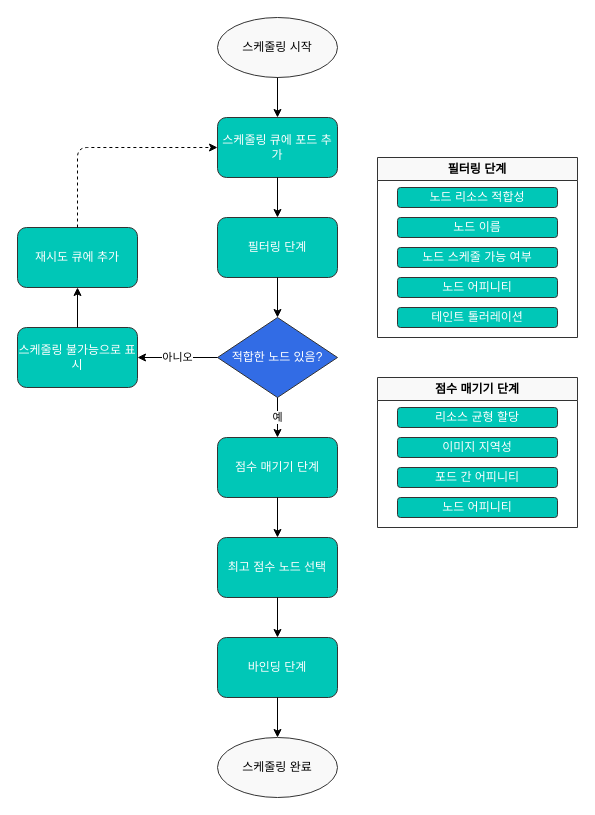
Before: assets/generated-diagrams/kubernetes_scheduling_process.drawio in Atom-oh/kubernetes-docs, a draw.io diagram. Source tidied: cells renumbered, new cells numbered last; positions are measured from the earlier drawing's top-left corner, leaving out a move shared by most shapes. Both pictures are drawn from the tidied source at 100%, with x=0, y=0 at pixel (17, 17).
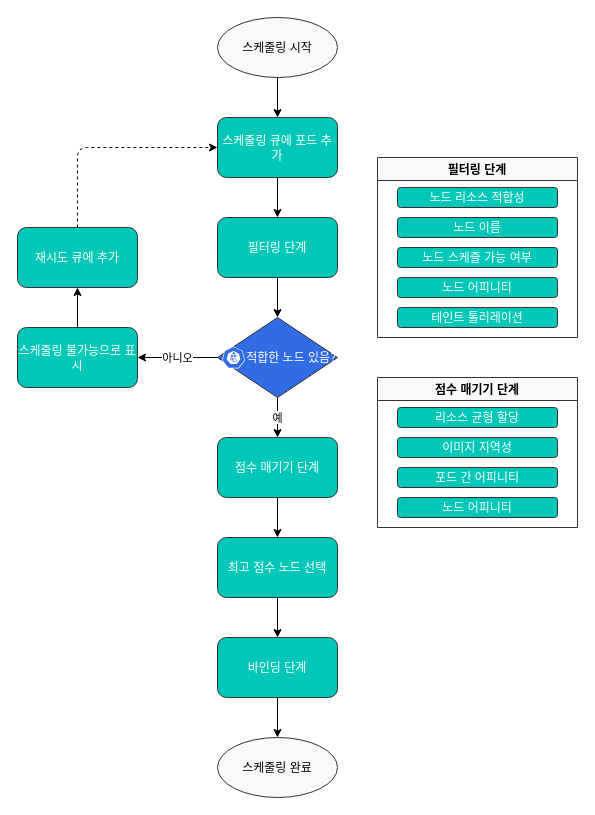
The same diagram, later.

Change to the diagram source:
```diff
@@
-    <mxCell id="2" value="스케줄링 시작" style="ellipse;whiteSpace=wrap;html=1;fillColor=#f9f9f9;strokeColor=#333333;strokeWidth=1;" parent="1" vertex="1">
+    <mxCell id="2" value="스케줄링 시작" style="ellipse;whiteSpace=wrap;html=1;fillColor=#f9f9f9;strokeColor=#333333;strokeWidth=1;fontSize=12;fontFamily=Noto Sans CJK KR;" parent="1" vertex="1">
       <mxGeometry x="200" width="120" height="60" as="geometry" />
     </mxCell>
-    <mxCell id="3" value="스케줄링 큐에 포드 추가" style="rounded=1;whiteSpace=wrap;html=1;fillColor=#00C7B7;strokeColor=#333333;strokeWidth=1;fontColor=#FFFFFF;" parent="1" vertex="1">
+    <mxCell id="3" value="스케줄링 큐에 포드 추가" style="rounded=1;whiteSpace=wrap;html=1;fillColor=#00C7B7;strokeColor=#333333;strokeWidth=1;fontColor=#FFFFFF;fontSize=12;fontFamily=Noto Sans CJK KR;" parent="1" vertex="1">
       <mxGeometry x="200" y="100" width="120" height="60" as="geometry" />
     </mxCell>
-    <mxCell id="4" value="필터링 단계" style="rounded=1;whiteSpace=wrap;html=1;fillColor=#00C7B7;strokeColor=#333333;strokeWidth=1;fontColor=#FFFFFF;" parent="1" vertex="1">
+    <mxCell id="4" value="필터링 단계" style="rounded=1;whiteSpace=wrap;html=1;fillColor=#00C7B7;strokeColor=#333333;strokeWidth=1;fontColor=#FFFFFF;fontSize=12;fontFamily=Noto Sans CJK KR;" parent="1" vertex="1">
       <mxGeometry x="200" y="200" width="120" height="60" as="geometry" />
     </mxCell>
-    <mxCell id="5" value="적합한 노드 있음?" style="rhombus;whiteSpace=wrap;html=1;fillColor=#326CE5;strokeColor=#333333;strokeWidth=1;fontColor=#FFFFFF;" parent="1" vertex="1">
+    <mxCell id="5" value="적합한 노드 있음?" style="rhombus;whiteSpace=wrap;html=1;fillColor=#326CE5;strokeColor=#333333;strokeWidth=1;fontColor=#FFFFFF;fontSize=12;fontFamily=Noto Sans CJK KR;spacingLeft=28;" parent="1" vertex="1">
       <mxGeometry x="200" y="300" width="120" height="80" as="geometry" />
     </mxCell>
-    <mxCell id="6" value="스케줄링 불가능으로 표시" style="rounded=1;whiteSpace=wrap;html=1;fillColor=#00C7B7;strokeColor=#333333;strokeWidth=1;fontColor=#FFFFFF;" parent="1" vertex="1">
+    <mxCell id="6" value="스케줄링 불가능으로 표시" style="rounded=1;whiteSpace=wrap;html=1;fillColor=#00C7B7;strokeColor=#333333;strokeWidth=1;fontColor=#FFFFFF;fontSize=12;fontFamily=Noto Sans CJK KR;" parent="1" vertex="1">
       <mxGeometry y="310" width="120" height="60" as="geometry" />
     </mxCell>
-    <mxCell id="7" value="재시도 큐에 추가" style="rounded=1;whiteSpace=wrap;html=1;fillColor=#00C7B7;strokeColor=#333333;strokeWidth=1;fontColor=#FFFFFF;" parent="1" vertex="1">
+    <mxCell id="7" value="재시도 큐에 추가" style="rounded=1;whiteSpace=wrap;html=1;fillColor=#00C7B7;strokeColor=#333333;strokeWidth=1;fontColor=#FFFFFF;fontSize=12;fontFamily=Noto Sans CJK KR;" parent="1" vertex="1">
       <mxGeometry y="210" width="120" height="60" as="geometry" />
     </mxCell>
-    <mxCell id="8" value="점수 매기기 단계" style="rounded=1;whiteSpace=wrap;html=1;fillColor=#00C7B7;strokeColor=#333333;strokeWidth=1;fontColor=#FFFFFF;" parent="1" vertex="1">
+    <mxCell id="8" value="점수 매기기 단계" style="rounded=1;whiteSpace=wrap;html=1;fillColor=#00C7B7;strokeColor=#333333;strokeWidth=1;fontColor=#FFFFFF;fontSize=12;fontFamily=Noto Sans CJK KR;" parent="1" vertex="1">
       <mxGeometry x="200" y="420" width="120" height="60" as="geometry" />
     </mxCell>
-    <mxCell id="9" value="최고 점수 노드 선택" style="rounded=1;whiteSpace=wrap;html=1;fillColor=#00C7B7;strokeColor=#333333;strokeWidth=1;fontColor=#FFFFFF;" parent="1" vertex="1">
+    <mxCell id="9" value="최고 점수 노드 선택" style="rounded=1;whiteSpace=wrap;html=1;fillColor=#00C7B7;strokeColor=#333333;strokeWidth=1;fontColor=#FFFFFF;fontSize=12;fontFamily=Noto Sans CJK KR;" parent="1" vertex="1">
       <mxGeometry x="200" y="520" width="120" height="60" as="geometry" />
     </mxCell>
-    <mxCell id="10" value="바인딩 단계" style="rounded=1;whiteSpace=wrap;html=1;fillColor=#00C7B7;strokeColor=#333333;strokeWidth=1;fontColor=#FFFFFF;" parent="1" vertex="1">
+    <mxCell id="10" value="바인딩 단계" style="rounded=1;whiteSpace=wrap;html=1;fillColor=#00C7B7;strokeColor=#333333;strokeWidth=1;fontColor=#FFFFFF;fontSize=12;fontFamily=Noto Sans CJK KR;" parent="1" vertex="1">
       <mxGeometry x="200" y="620" width="120" height="60" as="geometry" />
     </mxCell>
-    <mxCell id="11" value="스케줄링 완료" style="ellipse;whiteSpace=wrap;html=1;fillColor=#f9f9f9;strokeColor=#333333;strokeWidth=1;" parent="1" vertex="1">
+    <mxCell id="11" value="스케줄링 완료" style="ellipse;whiteSpace=wrap;html=1;fillColor=#f9f9f9;strokeColor=#333333;strokeWidth=1;fontSize=12;fontFamily=Noto Sans CJK KR;" parent="1" vertex="1">
       <mxGeometry x="200" y="720" width="120" height="60" as="geometry" />
     </mxCell>
-    <mxCell id="12" value="필터링 단계" style="swimlane;whiteSpace=wrap;html=1;fillColor=#f9f9f9;strokeColor=#333333;strokeWidth=1;" parent="1" vertex="1">
+    <mxCell id="12" value="필터링 단계" style="swimlane;whiteSpace=wrap;html=1;fillColor=#f9f9f9;strokeColor=#333333;strokeWidth=1;fontSize=12;fontFamily=Noto Sans CJK KR;" parent="1" vertex="1">
       <mxGeometry x="360" y="140" width="200" height="180" as="geometry" />
     </mxCell>
-    <mxCell id="13" value="노드 리소스 적합성" style="rounded=1;whiteSpace=wrap;html=1;fillColor=#00C7B7;strokeColor=#333333;strokeWidth=1;fontColor=#FFFFFF;" parent="12" vertex="1">
+    <mxCell id="13" value="노드 리소스 적합성" style="rounded=1;whiteSpace=wrap;html=1;fillColor=#00C7B7;strokeColor=#333333;strokeWidth=1;fontColor=#FFFFFF;fontSize=12;fontFamily=Noto Sans CJK KR;" parent="12" vertex="1">
       <mxGeometry x="20" y="30" width="160" height="20" as="geometry" />
     </mxCell>
-    <mxCell id="14" value="노드 이름" style="rounded=1;whiteSpace=wrap;html=1;fillColor=#00C7B7;strokeColor=#333333;strokeWidth=1;fontColor=#FFFFFF;" parent="12" vertex="1">
+    <mxCell id="14" value="노드 이름" style="rounded=1;whiteSpace=wrap;html=1;fillColor=#00C7B7;strokeColor=#333333;strokeWidth=1;fontColor=#FFFFFF;fontSize=12;fontFamily=Noto Sans CJK KR;" parent="12" vertex="1">
       <mxGeometry x="20" y="60" width="160" height="20" as="geometry" />
     </mxCell>
-    <mxCell id="15" value="노드 스케줄 가능 여부" style="rounded=1;whiteSpace=wrap;html=1;fillColor=#00C7B7;strokeColor=#333333;strokeWidth=1;fontColor=#FFFFFF;" parent="12" vertex="1">
+    <mxCell id="15" value="노드 스케줄 가능 여부" style="rounded=1;whiteSpace=wrap;html=1;fillColor=#00C7B7;strokeColor=#333333;strokeWidth=1;fontColor=#FFFFFF;fontSize=12;fontFamily=Noto Sans CJK KR;" parent="12" vertex="1">
       <mxGeometry x="20" y="90" width="160" height="20" as="geometry" />
     </mxCell>
-    <mxCell id="16" value="노드 어피니티" style="rounded=1;whiteSpace=wrap;html=1;fillColor=#00C7B7;strokeColor=#333333;strokeWidth=1;fontColor=#FFFFFF;" parent="12" vertex="1">
+    <mxCell id="16" value="노드 어피니티" style="rounded=1;whiteSpace=wrap;html=1;fillColor=#00C7B7;strokeColor=#333333;strokeWidth=1;fontColor=#FFFFFF;fontSize=12;fontFamily=Noto Sans CJK KR;" parent="12" vertex="1">
       <mxGeometry x="20" y="120" width="160" height="20" as="geometry" />
     </mxCell>
-    <mxCell id="17" value="테인트 톨러레이션" style="rounded=1;whiteSpace=wrap;html=1;fillColor=#00C7B7;strokeColor=#333333;strokeWidth=1;fontColor=#FFFFFF;" parent="12" vertex="1">
+    <mxCell id="17" value="테인트 톨러레이션" style="rounded=1;whiteSpace=wrap;html=1;fillColor=#00C7B7;strokeColor=#333333;strokeWidth=1;fontColor=#FFFFFF;fontSize=12;fontFamily=Noto Sans CJK KR;" parent="12" vertex="1">
       <mxGeometry x="20" y="150" width="160" height="20" as="geometry" />
     </mxCell>
-    <mxCell id="18" value="점수 매기기 단계" style="swimlane;whiteSpace=wrap;html=1;fillColor=#f9f9f9;strokeColor=#333333;strokeWidth=1;" parent="1" vertex="1">
+    <mxCell id="18" value="점수 매기기 단계" style="swimlane;whiteSpace=wrap;html=1;fillColor=#f9f9f9;strokeColor=#333333;strokeWidth=1;fontSize=12;fontFamily=Noto Sans CJK KR;" parent="1" vertex="1">
       <mxGeometry x="360" y="360" width="200" height="150" as="geometry" />
     </mxCell>
-    <mxCell id="19" value="리소스 균형 할당" style="rounded=1;whiteSpace=wrap;html=1;fillColor=#00C7B7;strokeColor=#333333;strokeWidth=1;fontColor=#FFFFFF;" parent="18" vertex="1">
+    <mxCell id="19" value="리소스 균형 할당" style="rounded=1;whiteSpace=wrap;html=1;fillColor=#00C7B7;strokeColor=#333333;strokeWidth=1;fontColor=#FFFFFF;fontSize=12;fontFamily=Noto Sans CJK KR;" parent="18" vertex="1">
       <mxGeometry x="20" y="30" width="160" height="20" as="geometry" />
     </mxCell>
-    <mxCell id="20" value="이미지 지역성" style="rounded=1;whiteSpace=wrap;html=1;fillColor=#00C7B7;strokeColor=#333333;strokeWidth=1;fontColor=#FFFFFF;" parent="18" vertex="1">
+    <mxCell id="20" value="이미지 지역성" style="rounded=1;whiteSpace=wrap;html=1;fillColor=#00C7B7;strokeColor=#333333;strokeWidth=1;fontColor=#FFFFFF;fontSize=12;fontFamily=Noto Sans CJK KR;" parent="18" vertex="1">
       <mxGeometry x="20" y="60" width="160" height="20" as="geometry" />
     </mxCell>
-    <mxCell id="21" value="포드 간 어피니티" style="rounded=1;whiteSpace=wrap;html=1;fillColor=#00C7B7;strokeColor=#333333;strokeWidth=1;fontColor=#FFFFFF;" parent="18" vertex="1">
+    <mxCell id="21" value="포드 간 어피니티" style="rounded=1;whiteSpace=wrap;html=1;fillColor=#00C7B7;strokeColor=#333333;strokeWidth=1;fontColor=#FFFFFF;fontSize=12;fontFamily=Noto Sans CJK KR;" parent="18" vertex="1">
       <mxGeometry x="20" y="90" width="160" height="20" as="geometry" />
     </mxCell>
-    <mxCell id="22" value="노드 어피니티" style="rounded=1;whiteSpace=wrap;html=1;fillColor=#00C7B7;strokeColor=#333333;strokeWidth=1;fontColor=#FFFFFF;" parent="18" vertex="1">
+    <mxCell id="22" value="노드 어피니티" style="rounded=1;whiteSpace=wrap;html=1;fillColor=#00C7B7;strokeColor=#333333;strokeWidth=1;fontColor=#FFFFFF;fontSize=12;fontFamily=Noto Sans CJK KR;" parent="18" vertex="1">
       <mxGeometry x="20" y="120" width="160" height="20" as="geometry" />
     </mxCell>
-    <mxCell id="23" style="endArrow=classic;html=1;exitX=0.5;exitY=1;exitDx=0;exitDy=0;entryX=0.5;entryY=0;entryDx=0;entryDy=0;" parent="1" edge="1" source="2" target="3">
+    <mxCell id="23" style="endArrow=classic;html=1;exitX=0.5;exitY=1;exitDx=0;exitDy=0;entryX=0.5;entryY=0;entryDx=0;entryDy=0;strokeWidth=1;" parent="1" edge="1" source="2" target="3">
       <mxGeometry relative="1" as="geometry" />
     </mxCell>
-    <mxCell id="24" style="endArrow=classic;html=1;exitX=0.5;exitY=1;exitDx=0;exitDy=0;entryX=0.5;entryY=0;entryDx=0;entryDy=0;" parent="1" edge="1" source="3" target="4">
+    <mxCell id="24" style="endArrow=classic;html=1;exitX=0.5;exitY=1;exitDx=0;exitDy=0;entryX=0.5;entryY=0;entryDx=0;entryDy=0;strokeWidth=1;" parent="1" edge="1" source="3" target="4">
       <mxGeometry relative="1" as="geometry" />
     </mxCell>
-    <mxCell id="25" style="endArrow=classic;html=1;exitX=0.5;exitY=1;exitDx=0;exitDy=0;entryX=0.5;entryY=0;entryDx=0;entryDy=0;" parent="1" edge="1" source="4" target="5">
+    <mxCell id="25" style="endArrow=classic;html=1;exitX=0.5;exitY=1;exitDx=0;exitDy=0;entryX=0.5;entryY=0;entryDx=0;entryDy=0;strokeWidth=1;" parent="1" edge="1" source="4" target="5">
       <mxGeometry relative="1" as="geometry" />
     </mxCell>
-    <mxCell id="26" value="아니오" style="endArrow=classic;html=1;exitX=0;exitY=0.5;exitDx=0;exitDy=0;entryX=1;entryY=0.5;entryDx=0;entryDy=0;" parent="1" edge="1" source="5" target="6">
+    <mxCell id="26" value="아니오" style="endArrow=classic;html=1;exitX=0;exitY=0.5;exitDx=0;exitDy=0;entryX=1;entryY=0.5;entryDx=0;entryDy=0;strokeWidth=1;fontFamily=Noto Sans CJK KR;" parent="1" edge="1" source="5" target="6">
       <mxGeometry relative="1" as="geometry" />
     </mxCell>
-    <mxCell id="27" style="endArrow=classic;html=1;exitX=0.5;exitY=0;exitDx=0;exitDy=0;entryX=0.5;entryY=1;entryDx=0;entryDy=0;" parent="1" edge="1" source="6" target="7">
+    <mxCell id="27" style="endArrow=classic;html=1;exitX=0.5;exitY=0;exitDx=0;exitDy=0;entryX=0.5;entryY=1;entryDx=0;entryDy=0;strokeWidth=1;" parent="1" edge="1" source="6" target="7">
       <mxGeometry relative="1" as="geometry" />
     </mxCell>
-    <mxCell id="28" style="endArrow=classic;html=1;exitX=0.5;exitY=0;exitDx=0;exitDy=0;entryX=0;entryY=0.5;entryDx=0;entryDy=0;dashed=1;" parent="1" edge="1" source="7" target="3">
+    <mxCell id="28" style="endArrow=classic;html=1;exitX=0.5;exitY=0;exitDx=0;exitDy=0;entryX=0;entryY=0.5;entryDx=0;entryDy=0;dashed=1;strokeWidth=1;" parent="1" edge="1" source="7" target="3">
       <mxGeometry relative="1" as="geometry">
         <Array as="points">
           <mxPoint x="60" y="130" />
         </Array>
       </mxGeometry>
     </mxCell>
-    <mxCell id="29" value="예" style="endArrow=classic;html=1;exitX=0.5;exitY=1;exitDx=0;exitDy=0;entryX=0.5;entryY=0;entryDx=0;entryDy=0;" parent="1" edge="1" source="5" target="8">
+    <mxCell id="29" value="예" style="endArrow=classic;html=1;exitX=0.5;exitY=1;exitDx=0;exitDy=0;entryX=0.5;entryY=0;entryDx=0;entryDy=0;strokeWidth=1;fontFamily=Noto Sans CJK KR;" parent="1" edge="1" source="5" target="8">
       <mxGeometry relative="1" as="geometry" />
     </mxCell>
-    <mxCell id="30" style="endArrow=classic;html=1;exitX=0.5;exitY=1;exitDx=0;exitDy=0;entryX=0.5;entryY=0;entryDx=0;entryDy=0;" parent="1" edge="1" source="8" target="9">
+    <mxCell id="30" style="endArrow=classic;html=1;exitX=0.5;exitY=1;exitDx=0;exitDy=0;entryX=0.5;entryY=0;entryDx=0;entryDy=0;strokeWidth=1;" parent="1" edge="1" source="8" target="9">
       <mxGeometry relative="1" as="geometry" />
     </mxCell>
-    <mxCell id="31" style="endArrow=classic;html=1;exitX=0.5;exitY=1;exitDx=0;exitDy=0;entryX=0.5;entryY=0;entryDx=0;entryDy=0;" parent="1" edge="1" source="9" target="10">
+    <mxCell id="31" style="endArrow=classic;html=1;exitX=0.5;exitY=1;exitDx=0;exitDy=0;entryX=0.5;entryY=0;entryDx=0;entryDy=0;strokeWidth=1;" parent="1" edge="1" source="9" target="10">
       <mxGeometry relative="1" as="geometry" />
     </mxCell>
-    <mxCell id="32" style="endArrow=classic;html=1;exitX=0.5;exitY=1;exitDx=0;exitDy=0;entryX=0.5;entryY=0;entryDx=0;entryDy=0;" parent="1" edge="1" source="10" target="11">
+    <mxCell id="32" style="endArrow=classic;html=1;exitX=0.5;exitY=1;exitDx=0;exitDy=0;entryX=0.5;entryY=0;entryDx=0;entryDy=0;strokeWidth=1;" parent="1" edge="1" source="10" target="11">
       <mxGeometry relative="1" as="geometry" />
     </mxCell>
+    <mxCell id="33" style="sketch=0;fontColor=#232F3E;gradientColor=none;fillColor=#326CE5;strokeColor=none;dashed=0;verticalLabelPosition=middle;verticalAlign=middle;align=left;html=1;fontSize=0;fontStyle=0;shape=mxgraph.kubernetes.icon;prIcon=node;" parent="1" vertex="1">
+      <mxGeometry x="204" y="329" width="24" height="22" as="geometry" />
+    </mxCell>
```
